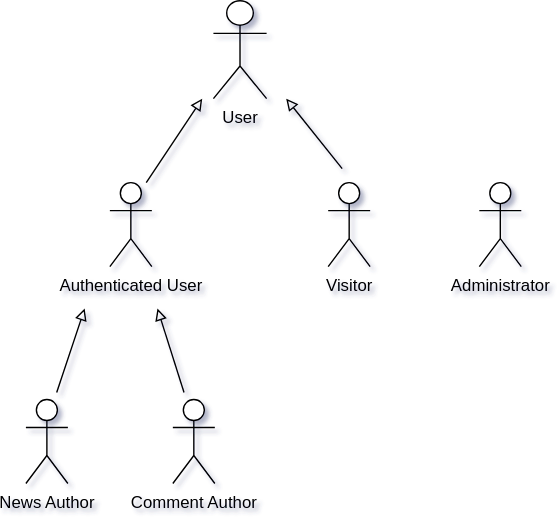
The draw.io diagram docs/pictures/actor_diagram.svg in RuiSoares333/FEUP-LBAW, before a commit. Source tidied: cells renumbered, new cells last; positions are measured from the earlier drawing's top-left corner, leaving out a move shared by most shapes.
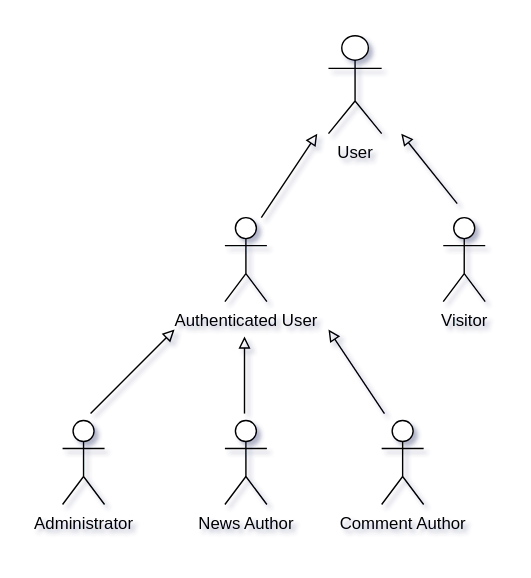
Above is the later version.

Commit message:
Update actor_diagram

Change to the diagram source:
```diff
@@ -24,25 +24,34 @@
       <mxGeometry x="134" width="38" height="70" as="geometry" />
     </mxCell>
     <mxCell id="7" value="Administrator" style="shape=umlActor;verticalLabelPosition=bottom;verticalAlign=top;html=1;" parent="1" vertex="1">
-      <mxGeometry x="324" y="130" width="30" height="60" as="geometry" />
+      <mxGeometry x="-56" y="275" width="30" height="60" as="geometry" />
     </mxCell>
     <mxCell id="8" value="News Author" style="shape=umlActor;verticalLabelPosition=bottom;verticalAlign=top;html=1;" parent="1" vertex="1">
-      <mxGeometry y="285" width="30" height="60" as="geometry" />
+      <mxGeometry x="60" y="275" width="30" height="60" as="geometry" />
     </mxCell>
-    <mxCell id="9" style="rounded=0;orthogonalLoop=1;jettySize=auto;html=1;endArrow=block;endFill=0;" parent="1" edge="1">
-      <mxGeometry relative="1" as="geometry">
-        <mxPoint x="22" y="280" as="sourcePoint" />
-        <mxPoint x="42" y="220" as="targetPoint" />
-      </mxGeometry>
-    </mxCell>
     <mxCell id="10" value="Comment Author" style="shape=umlActor;verticalLabelPosition=bottom;verticalAlign=top;html=1;" parent="1" vertex="1">
-      <mxGeometry x="105" y="285" width="30" height="60" as="geometry" />
+      <mxGeometry x="172" y="275" width="30" height="60" as="geometry" />
     </mxCell>
     <mxCell id="11" style="rounded=0;orthogonalLoop=1;jettySize=auto;html=1;endArrow=block;endFill=0;" parent="1" edge="1">
       <mxGeometry relative="1" as="geometry">
-        <mxPoint x="113" y="280" as="sourcePoint" />
-        <mxPoint x="94" y="220" as="targetPoint" />
+        <mxPoint x="174" y="270" as="sourcePoint" />
+        <mxPoint x="134" y="210" as="targetPoint" />
       </mxGeometry>
     </mxCell>
+    <mxCell id="12" style="rounded=0;orthogonalLoop=1;jettySize=auto;html=1;endArrow=block;endFill=0;" parent="1" edge="1">
+      <mxGeometry relative="1" as="geometry">
+        <mxPoint x="74" y="270" as="sourcePoint" />
+        <mxPoint x="74" y="215" as="targetPoint" />
+        <Array as="points">
+          <mxPoint x="74" y="250" />
+        </Array>
+      </mxGeometry>
+    </mxCell>
+    <mxCell id="13" style="rounded=0;orthogonalLoop=1;jettySize=auto;html=1;endArrow=block;endFill=0;" parent="1" edge="1">
+      <mxGeometry relative="1" as="geometry">
+        <mxPoint x="-36" y="270" as="sourcePoint" />
+        <mxPoint x="24" y="210" as="targetPoint" />
+      </mxGeometry>
+    </mxCell>
   </root>
 </mxGraphModel>
```
